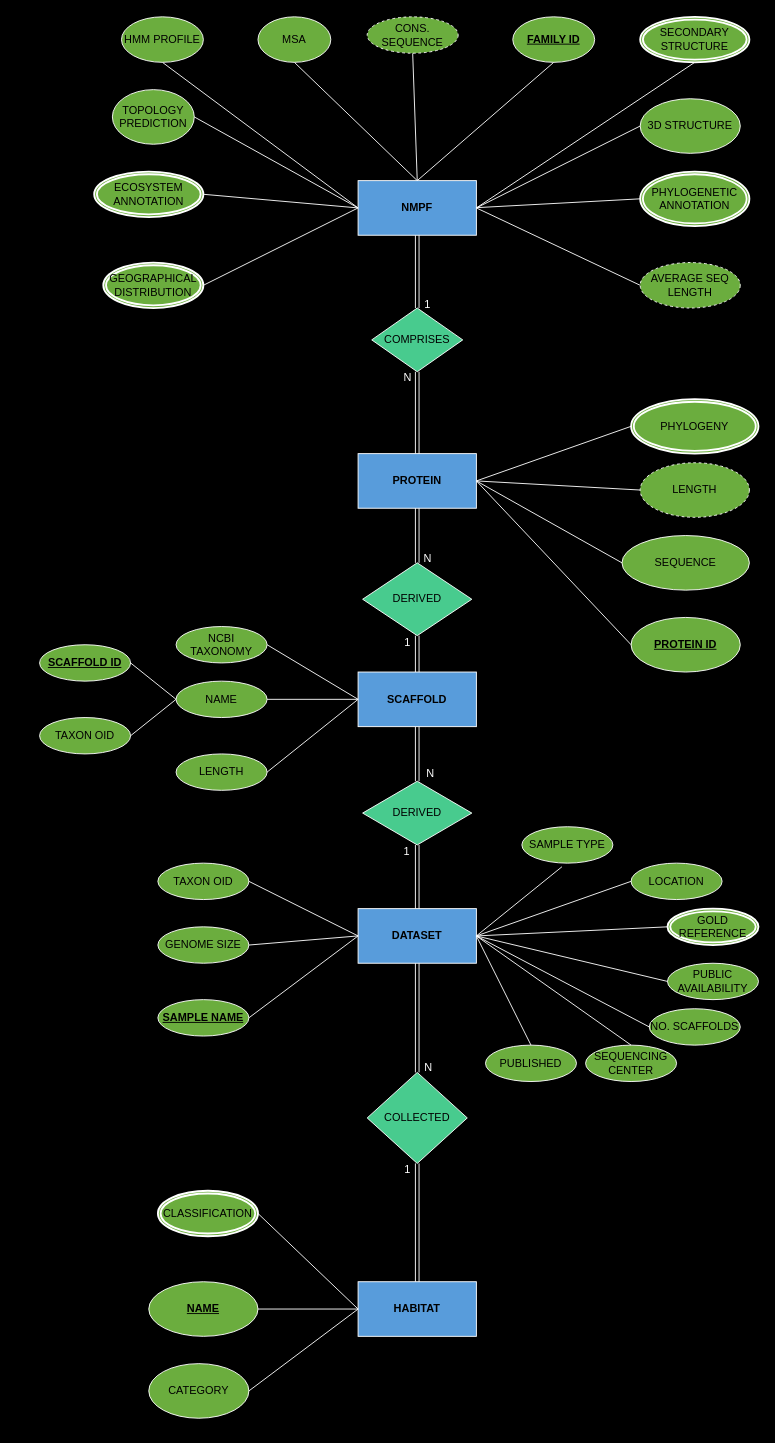
Earlier version of the draw.io diagram Ανώνυμο διάγραμμα.drawio (IceGreb/db_project). Source tidied: cells renumbered, new cells numbered last; positions are measured from the earlier drawing's top-left corner, leaving out a move shared by most shapes. Both pictures are drawn from the tidied source at 91%, with x=0, y=0 at pixel (39, 16).
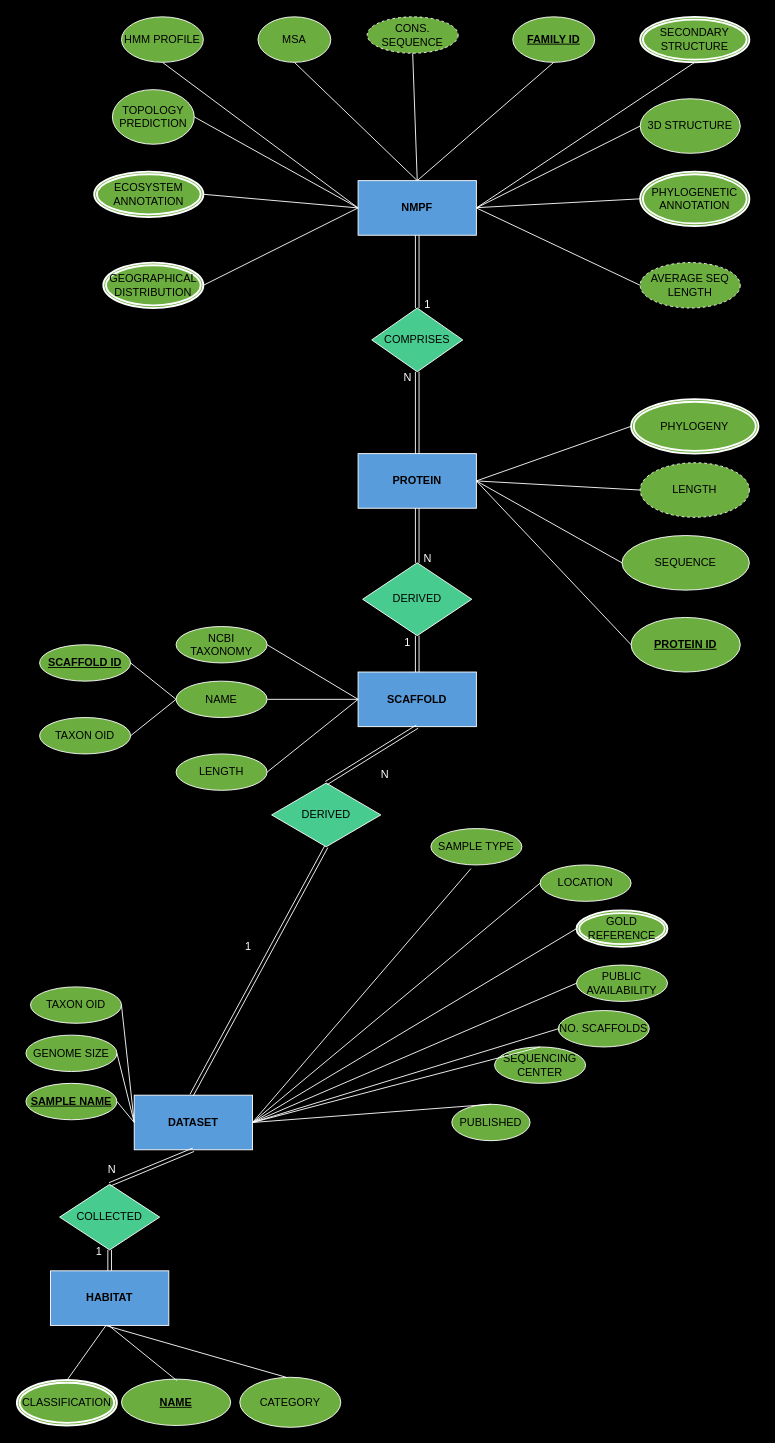
After the change.

Unchanged cells that the change refers to:
```xml
<mxCell id="77" style="shape=link;html=1;rounded=0;entryX=0.5;entryY=1;entryDx=0;entryDy=0;exitX=0;exitY=0.5;exitDx=0;exitDy=0;labelBackgroundColor=none;fontFamily=Helvetica;strokeColor=#FFFFFF;fontColor=#FFFFFF;" parent="1" edge="1" source="59" target="25">
  <mxGeometry relative="1" as="geometry" />
</mxCell>
<mxCell id="79" style="shape=link;html=1;rounded=0;exitX=0.5;exitY=0;exitDx=0;exitDy=0;entryX=1;entryY=0.5;entryDx=0;entryDy=0;labelBackgroundColor=none;fontFamily=Helvetica;strokeColor=#FFFFFF;fontColor=#FFFFFF;" parent="1" edge="1" source="23" target="59">
  <mxGeometry relative="1" as="geometry" />
</mxCell>
```

Change to the diagram source:
```diff
@@
     <mxCell id="23" value="HABITAT" style="rounded=0;whiteSpace=wrap;html=1;labelBackgroundColor=none;fontFamily=Helvetica;fillColor=#589cdb;fontColor=#000000;strokeColor=#FFFFFF;fontStyle=1;" parent="1" vertex="1">
-      <mxGeometry x="350" y="1390" width="130" height="60" as="geometry" />
+      <mxGeometry x="12" y="1378" width="130" height="60" as="geometry" />
     </mxCell>
@@
     <mxCell id="25" value="DATASET" style="rounded=0;whiteSpace=wrap;html=1;labelBackgroundColor=none;fontFamily=Helvetica;fillColor=#589cdb;strokeColor=#FFFFFF;fontColor=#000000;fontStyle=1;" parent="1" vertex="1">
-      <mxGeometry x="350" y="980" width="130" height="60" as="geometry" />
+      <mxGeometry x="104" y="1185" width="130" height="60" as="geometry" />
     </mxCell>
@@
     <mxCell id="28" value="TAXON OID" style="ellipse;whiteSpace=wrap;html=1;align=center;labelBackgroundColor=none;fontFamily=Helvetica;fillColor=#6bad3e;strokeColor=#FFFFFF;fontColor=#000000;labelBorderColor=none;fontStyle=0;" parent="1" vertex="1">
-      <mxGeometry x="130" y="930" width="100" height="40" as="geometry" />
+      <mxGeometry x="-10" y="1066" width="100" height="40" as="geometry" />
     </mxCell>
@@
     <mxCell id="37" value="&lt;u&gt;&lt;b&gt;SAMPLE NAME&lt;/b&gt;&lt;/u&gt;" style="ellipse;whiteSpace=wrap;html=1;align=center;labelBackgroundColor=none;fontFamily=Helvetica;fillColor=#6bad3e;strokeColor=#FFFFFF;fontColor=#000000;labelBorderColor=none;fontStyle=0;" parent="1" vertex="1">
-      <mxGeometry x="130" y="1080" width="100" height="40" as="geometry" />
+      <mxGeometry x="-15" y="1172" width="100" height="40" as="geometry" />
     </mxCell>
     <mxCell id="38" value="SAMPLE TYPE" style="ellipse;whiteSpace=wrap;html=1;align=center;labelBackgroundColor=none;fontFamily=Helvetica;labelBorderColor=none;fillColor=#6bad3e;strokeColor=#FFFFFF;fontColor=#000000;fontStyle=0;" parent="1" vertex="1">
-      <mxGeometry x="530" y="890" width="100" height="40" as="geometry" />
+      <mxGeometry x="430" y="892" width="100" height="40" as="geometry" />
     </mxCell>
     <mxCell id="39" value="LOCATION" style="ellipse;whiteSpace=wrap;html=1;align=center;labelBackgroundColor=none;fontFamily=Helvetica;fillColor=#6bad3e;strokeColor=#FFFFFF;fontColor=#000000;labelBorderColor=none;fontStyle=0;" parent="1" vertex="1">
-      <mxGeometry x="650" y="930" width="100" height="40" as="geometry" />
+      <mxGeometry x="550" y="932" width="100" height="40" as="geometry" />
     </mxCell>
     <mxCell id="40" value="&lt;div&gt;SEQUENCING CENTER&lt;/div&gt;" style="ellipse;whiteSpace=wrap;html=1;align=center;labelBackgroundColor=none;fontFamily=Helvetica;fillColor=#6bad3e;strokeColor=#FFFFFF;fontColor=#000000;labelBorderColor=none;fontStyle=0;" parent="1" vertex="1">
-      <mxGeometry x="600" y="1130" width="100" height="40" as="geometry" />
+      <mxGeometry x="500" y="1132" width="100" height="40" as="geometry" />
     </mxCell>
     <mxCell id="41" value="PUBLISHED" style="ellipse;whiteSpace=wrap;html=1;align=center;labelBackgroundColor=none;fontFamily=Helvetica;fillColor=#6bad3e;strokeColor=#FFFFFF;fontColor=#000000;labelBorderColor=none;fontStyle=0;" parent="1" vertex="1">
-      <mxGeometry x="490" y="1130" width="100" height="40" as="geometry" />
+      <mxGeometry x="453" y="1195" width="86" height="40" as="geometry" />
     </mxCell>
     <mxCell id="42" value="PUBLIC AVAILABILITY" style="ellipse;whiteSpace=wrap;html=1;align=center;labelBackgroundColor=none;fontFamily=Helvetica;fillColor=#6bad3e;strokeColor=#FFFFFF;fontColor=#000000;labelBorderColor=none;fontStyle=0;" parent="1" vertex="1">
-      <mxGeometry x="690" y="1040" width="100" height="40" as="geometry" />
+      <mxGeometry x="590" y="1042" width="100" height="40" as="geometry" />
     </mxCell>
     <mxCell id="43" value="GENOME SIZE" style="ellipse;whiteSpace=wrap;html=1;align=center;labelBackgroundColor=none;fontFamily=Helvetica;fillColor=#6bad3e;strokeColor=#FFFFFF;fontColor=#000000;labelBorderColor=none;fontStyle=0;" parent="1" vertex="1">
-      <mxGeometry x="130" y="1000" width="100" height="40" as="geometry" />
+      <mxGeometry x="-15" y="1119" width="100" height="40" as="geometry" />
     </mxCell>
     <mxCell id="44" value="&lt;div&gt;NO. SCAFFOLDS&lt;/div&gt;" style="ellipse;whiteSpace=wrap;html=1;align=center;labelBackgroundColor=none;fontFamily=Helvetica;fillColor=#6bad3e;strokeColor=#FFFFFF;fontColor=#000000;labelBorderColor=none;fontStyle=0;" parent="1" vertex="1">
-      <mxGeometry x="670" y="1090" width="100" height="40" as="geometry" />
+      <mxGeometry x="570" y="1092" width="100" height="40" as="geometry" />
     </mxCell>
@@
     <mxCell id="54" value="&lt;u&gt;&lt;b&gt;NAME&lt;/b&gt;&lt;/u&gt;" style="ellipse;whiteSpace=wrap;html=1;align=center;labelBackgroundColor=none;fontFamily=Helvetica;fillColor=#6bad3e;strokeColor=#FFFFFF;fontColor=#000000;labelBorderColor=none;fontStyle=0;" parent="1" vertex="1">
-      <mxGeometry x="120" y="1390" width="120" height="60" as="geometry" />
+      <mxGeometry x="90" y="1497" width="120" height="51" as="geometry" />
     </mxCell>
     <mxCell id="55" value="CATEGORY" style="ellipse;whiteSpace=wrap;html=1;align=center;labelBackgroundColor=none;fontFamily=Helvetica;fillColor=#6bad3e;strokeColor=#FFFFFF;fontColor=#000000;labelBorderColor=none;fontStyle=0;" parent="1" vertex="1">
-      <mxGeometry x="120" y="1480" width="110" height="60" as="geometry" />
+      <mxGeometry x="220" y="1495" width="111" height="55" as="geometry" />
     </mxCell>
-    <mxCell id="56" style="endArrow=none;html=1;rounded=0;labelBackgroundColor=none;fontColor=#FFFFFF;entryX=0;entryY=0.5;entryDx=0;entryDy=0;exitX=1;exitY=0.5;exitDx=0;exitDy=0;fontFamily=Helvetica;strokeColor=#FFFFFF;" parent="1" edge="1" source="64" target="23">
+    <mxCell id="56" style="endArrow=none;html=1;rounded=0;labelBackgroundColor=none;fontColor=#FFFFFF;entryX=0.471;entryY=0.993;entryDx=0;entryDy=0;exitX=0.509;exitY=-0.02;exitDx=0;exitDy=0;fontFamily=Helvetica;strokeColor=#FFFFFF;entryPerimeter=0;exitPerimeter=0;" parent="1" edge="1" source="64" target="23">
       <mxGeometry relative="1" as="geometry" />
     </mxCell>
-    <mxCell id="57" style="endArrow=none;html=1;rounded=0;labelBackgroundColor=none;fontColor=default;entryX=0;entryY=0.5;entryDx=0;entryDy=0;exitX=1;exitY=0.5;exitDx=0;exitDy=0;fontFamily=Helvetica;strokeColor=#FFFFFF;" parent="1" edge="1" source="55" target="23">
-      <mxGeometry relative="1" as="geometry" />
+    <mxCell id="57" style="endArrow=none;html=1;rounded=0;labelBackgroundColor=none;fontColor=default;entryX=0.467;entryY=1.002;entryDx=0;entryDy=0;fontFamily=Helvetica;strokeColor=#FFFFFF;entryPerimeter=0;" parent="1" edge="1" target="23">
+      <mxGeometry relative="1" as="geometry">
+        <mxPoint x="271" y="1495" as="sourcePoint" />
+      </mxGeometry>
     </mxCell>
-    <mxCell id="58" style="endArrow=none;html=1;rounded=0;labelBackgroundColor=none;fontColor=#FFFFFF;entryX=0;entryY=0.5;entryDx=0;entryDy=0;exitX=1;exitY=0.5;exitDx=0;exitDy=0;fontFamily=Helvetica;strokeColor=#FFFFFF;" parent="1" edge="1" source="54" target="23">
+    <mxCell id="58" style="endArrow=none;html=1;rounded=0;labelBackgroundColor=none;fontColor=#FFFFFF;entryX=0.493;entryY=1.002;entryDx=0;entryDy=0;exitX=0.508;exitY=0.034;exitDx=0;exitDy=0;fontFamily=Helvetica;strokeColor=#FFFFFF;entryPerimeter=0;exitPerimeter=0;" parent="1" edge="1" source="54" target="23">
       <mxGeometry relative="1" as="geometry" />
     </mxCell>
     <mxCell id="59" value="COLLECTED" style="shape=rhombus;perimeter=rhombusPerimeter;whiteSpace=wrap;html=1;align=center;direction=south;labelBackgroundColor=none;fontFamily=Helvetica;fillColor=#48cb8e;strokeColor=#FFFFFF;fontColor=#000000;rounded=0;" parent="1" vertex="1">
-      <mxGeometry x="360" y="1160" width="110" height="100" as="geometry" />
+      <mxGeometry x="22" y="1283" width="110" height="72" as="geometry" />
     </mxCell>
     <mxCell id="60" value="DERIVED" style="shape=rhombus;perimeter=rhombusPerimeter;whiteSpace=wrap;html=1;align=center;labelBackgroundColor=none;fontFamily=Helvetica;labelBorderColor=none;fillColor=#48cb8e;strokeColor=#FFFFFF;fontColor=#000000;rounded=0;" parent="1" vertex="1">
-      <mxGeometry x="355" y="840" width="120" height="70" as="geometry" />
+      <mxGeometry x="255" y="842" width="120" height="70" as="geometry" />
     </mxCell>
@@
     <mxCell id="64" value="CLASSIFICATION" style="ellipse;shape=doubleEllipse;margin=3;whiteSpace=wrap;html=1;align=center;labelBackgroundColor=none;fontFamily=Helvetica;fillColor=#6bad3e;strokeColor=#FFFFFF;fontColor=#000000;labelBorderColor=none;fontStyle=0;strokeWidth=2;" parent="1" vertex="1">
-      <mxGeometry x="130" y="1290" width="110" height="50" as="geometry" />
+      <mxGeometry x="-25" y="1498" width="110" height="50" as="geometry" />
     </mxCell>
@@
     <mxCell id="66" value="GOLD REFERENCE" style="ellipse;shape=doubleEllipse;margin=3;whiteSpace=wrap;html=1;align=center;labelBackgroundColor=none;fontFamily=Helvetica;fillColor=#6bad3e;strokeColor=#FFFFFF;fontColor=#000000;labelBorderColor=none;fontStyle=0;strokeWidth=2;" parent="1" vertex="1">
-      <mxGeometry x="690" y="980" width="100" height="40" as="geometry" />
+      <mxGeometry x="590" y="982" width="100" height="40" as="geometry" />
     </mxCell>
@@
-    <mxCell id="75" style="shape=link;html=1;rounded=0;exitX=0.5;exitY=0;exitDx=0;exitDy=0;entryX=0.5;entryY=1;entryDx=0;entryDy=0;width=4;labelBackgroundColor=none;fontFamily=Helvetica;strokeColor=#FFFFFF;fontColor=#FFFFFF;" parent="1" edge="1" source="25" target="60">
+    <mxCell id="75" style="shape=link;html=1;rounded=0;exitX=0.485;exitY=0;exitDx=0;exitDy=0;entryX=0.5;entryY=1;entryDx=0;entryDy=0;width=4;labelBackgroundColor=none;fontFamily=Helvetica;strokeColor=#FFFFFF;fontColor=#FFFFFF;exitPerimeter=0;" parent="1" edge="1" source="25" target="60">
       <mxGeometry relative="1" as="geometry" />
     </mxCell>
@@
     <mxCell id="78" value="Ν" style="html=1;whiteSpace=wrap;align=right;verticalAlign=bottom;labelBackgroundColor=none;fontFamily=Helvetica;fontColor=#FFFFFF;" parent="77" vertex="1">
       <mxGeometry relative="1" as="geometry">
-        <mxPoint x="18" y="63" as="offset" />
+        <mxPoint x="-38" y="11" as="offset" />
       </mxGeometry>
     </mxCell>
@@
     <mxCell id="80" value="1" style="html=1;whiteSpace=wrap;align=right;verticalAlign=bottom;labelBackgroundColor=none;fontFamily=Helvetica;fontColor=#FFFFFF;" parent="79" vertex="1">
       <mxGeometry relative="1" as="geometry">
-        <mxPoint x="-6" y="-50" as="offset" />
+        <mxPoint x="-7" y="-1" as="offset" />
       </mxGeometry>
     </mxCell>
```
